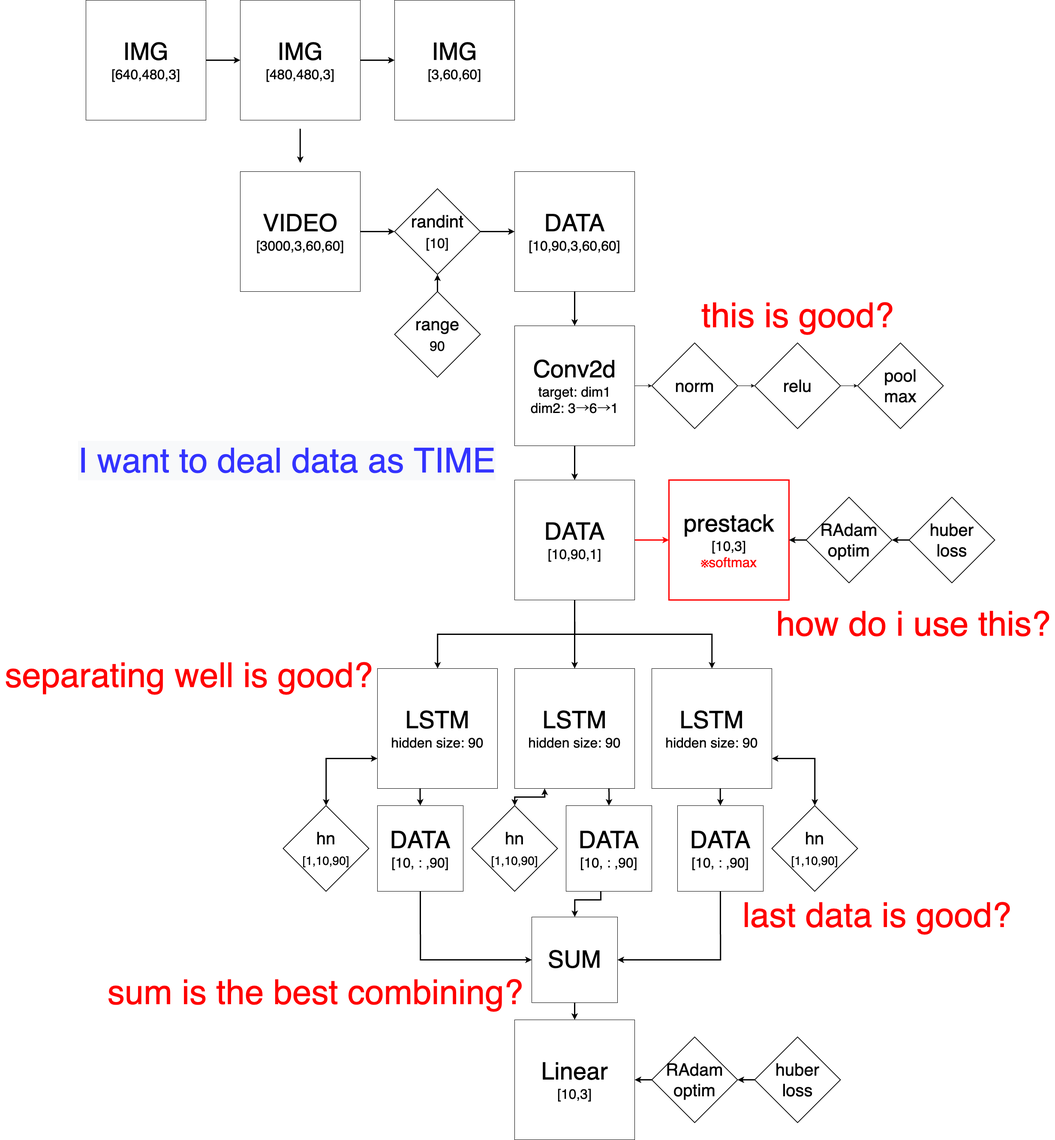
Before: flowchart.png, a diagram exported from draw.io (jasmine-jp/predict_dance). Source tidied: cells renumbered, new cells last; positions are measured from the earlier drawing's top-left corner, leaving out a move shared by most shapes.
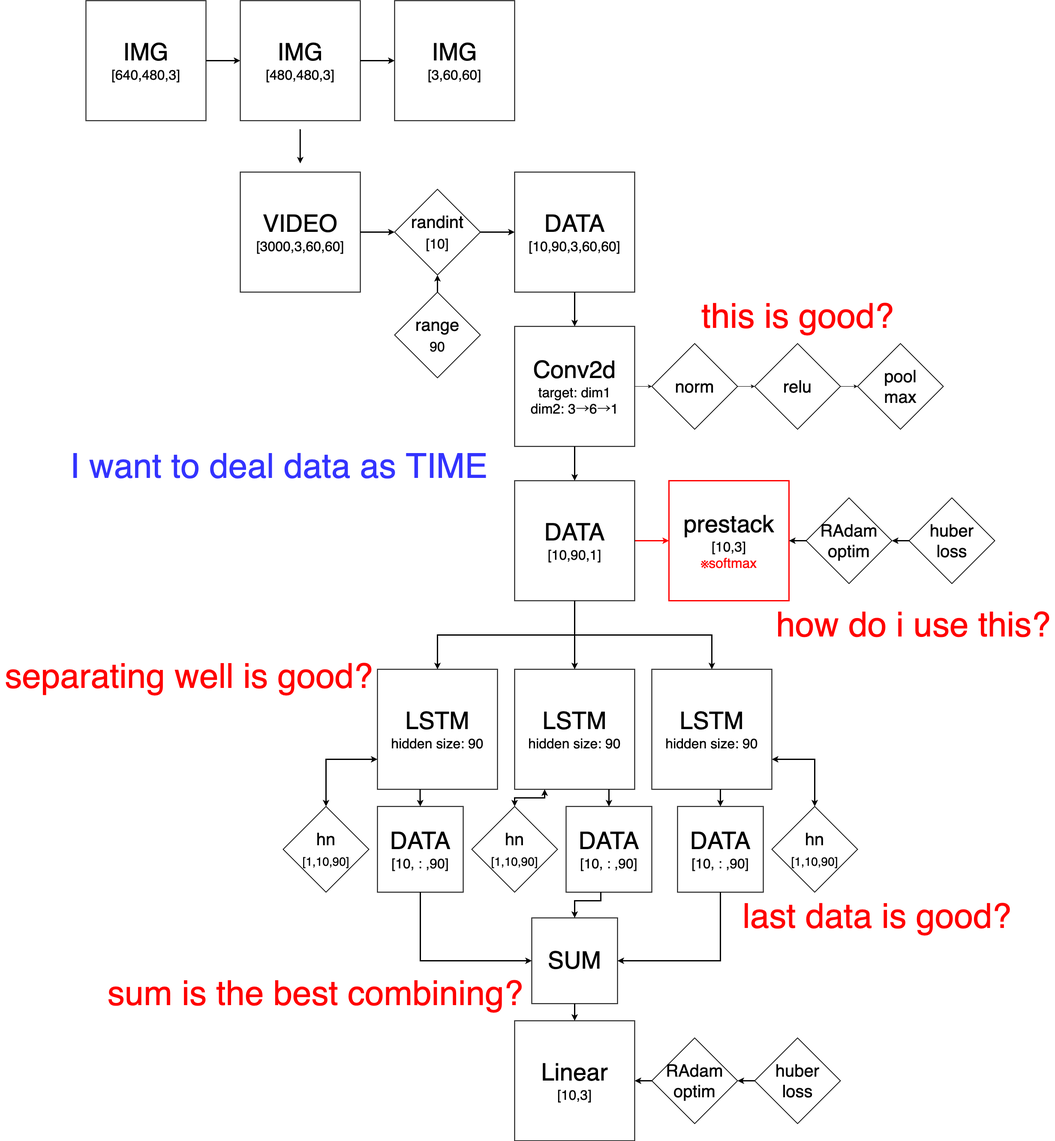
The same diagram one commit later.

Change to the diagram source:
```diff
@@ -5,22 +5,22 @@
     <mxCell id="2" style="edgeStyle=orthogonalEdgeStyle;rounded=0;jettySize=auto;html=1;fontSize=56;strokeWidth=3;" parent="1" edge="1" source="3" target="5">
       <mxGeometry relative="1" as="geometry" />
     </mxCell>
-    <mxCell id="3" value="&lt;font style=&quot;&quot;&gt;&lt;font style=&quot;font-size: 56px;&quot;&gt;IMG&lt;/font&gt;&lt;br&gt;&lt;span style=&quot;font-size: 32px;&quot;&gt;[640,480,3]&lt;/span&gt;&lt;/font&gt;" style="rounded=0;whiteSpace=wrap;html=1;" parent="1" vertex="1">
+    <mxCell id="3" value="&lt;font style=&quot;&quot;&gt;&lt;font style=&quot;font-size: 56px;&quot;&gt;IMG&lt;/font&gt;&lt;br&gt;&lt;span style=&quot;font-size: 32px;&quot;&gt;[640,480,3]&lt;/span&gt;&lt;/font&gt;" style="rounded=0;whiteSpace=wrap;html=1;strokeWidth=2;" parent="1" vertex="1">
       <mxGeometry x="200" width="280" height="280" as="geometry" />
     </mxCell>
     <mxCell id="4" style="edgeStyle=orthogonalEdgeStyle;rounded=0;jettySize=auto;html=1;fontSize=56;strokeWidth=3;" parent="1" edge="1" source="5" target="6">
       <mxGeometry relative="1" as="geometry" />
     </mxCell>
-    <mxCell id="5" value="&lt;font style=&quot;&quot;&gt;&lt;font style=&quot;font-size: 56px;&quot;&gt;IMG&lt;/font&gt;&lt;br&gt;&lt;span style=&quot;font-size: 32px;&quot;&gt;[480,480,3]&lt;/span&gt;&lt;/font&gt;" style="rounded=0;whiteSpace=wrap;html=1;" parent="1" vertex="1">
+    <mxCell id="5" value="&lt;font style=&quot;&quot;&gt;&lt;font style=&quot;font-size: 56px;&quot;&gt;IMG&lt;/font&gt;&lt;br&gt;&lt;span style=&quot;font-size: 32px;&quot;&gt;[480,480,3]&lt;/span&gt;&lt;/font&gt;" style="rounded=0;whiteSpace=wrap;html=1;strokeWidth=2;" parent="1" vertex="1">
       <mxGeometry x="560" width="280" height="280" as="geometry" />
     </mxCell>
-    <mxCell id="6" value="&lt;font style=&quot;&quot;&gt;&lt;font style=&quot;font-size: 56px;&quot;&gt;IMG&lt;/font&gt;&lt;br&gt;&lt;span style=&quot;font-size: 32px;&quot;&gt;[3,60,60]&lt;/span&gt;&lt;/font&gt;" style="rounded=0;whiteSpace=wrap;html=1;" parent="1" vertex="1">
+    <mxCell id="6" value="&lt;font style=&quot;&quot;&gt;&lt;font style=&quot;font-size: 56px;&quot;&gt;IMG&lt;/font&gt;&lt;br&gt;&lt;span style=&quot;font-size: 32px;&quot;&gt;[3,60,60]&lt;/span&gt;&lt;/font&gt;" style="rounded=0;whiteSpace=wrap;html=1;strokeWidth=2;" parent="1" vertex="1">
       <mxGeometry x="920" width="280" height="280" as="geometry" />
     </mxCell>
     <mxCell id="7" style="edgeStyle=orthogonalEdgeStyle;rounded=0;jettySize=auto;html=1;fontSize=40;strokeWidth=3;" parent="1" edge="1" source="8" target="11">
       <mxGeometry relative="1" as="geometry" />
     </mxCell>
-    <mxCell id="8" value="&lt;font style=&quot;&quot;&gt;&lt;font style=&quot;font-size: 56px;&quot;&gt;VIDEO&lt;/font&gt;&lt;br&gt;&lt;span style=&quot;font-size: 32px;&quot;&gt;[3000,3,60,60]&lt;/span&gt;&lt;/font&gt;" style="rounded=0;whiteSpace=wrap;html=1;" parent="1" vertex="1">
+    <mxCell id="8" value="&lt;font style=&quot;&quot;&gt;&lt;font style=&quot;font-size: 56px;&quot;&gt;VIDEO&lt;/font&gt;&lt;br&gt;&lt;span style=&quot;font-size: 32px;&quot;&gt;[3000,3,60,60]&lt;/span&gt;&lt;/font&gt;" style="rounded=0;whiteSpace=wrap;html=1;strokeWidth=2;" parent="1" vertex="1">
       <mxGeometry x="560" y="400" width="280" height="280" as="geometry" />
     </mxCell>
     <mxCell id="9" style="edgeStyle=orthogonalEdgeStyle;rounded=0;orthogonalLoop=1;jettySize=auto;html=1;fontSize=56;strokeWidth=3;" parent="1" edge="1">
@@ -44,7 +44,7 @@
     <mxCell id="14" style="edgeStyle=orthogonalEdgeStyle;rounded=0;jettySize=auto;html=1;fontSize=32;strokeWidth=3;" parent="1" edge="1" source="15" target="18">
       <mxGeometry relative="1" as="geometry" />
     </mxCell>
-    <mxCell id="15" value="&lt;font style=&quot;&quot;&gt;&lt;font style=&quot;font-size: 56px;&quot;&gt;DATA&lt;/font&gt;&lt;br&gt;&lt;span style=&quot;font-size: 32px;&quot;&gt;[10,90,3,60,60]&lt;/span&gt;&lt;/font&gt;" style="rounded=0;whiteSpace=wrap;html=1;" parent="1" vertex="1">
+    <mxCell id="15" value="&lt;font style=&quot;&quot;&gt;&lt;font style=&quot;font-size: 56px;&quot;&gt;DATA&lt;/font&gt;&lt;br&gt;&lt;span style=&quot;font-size: 32px;&quot;&gt;[10,90,3,60,60]&lt;/span&gt;&lt;/font&gt;" style="rounded=0;whiteSpace=wrap;html=1;strokeWidth=2;" parent="1" vertex="1">
       <mxGeometry x="1200" y="400" width="280" height="280" as="geometry" />
     </mxCell>
     <mxCell id="16" style="edgeStyle=orthogonalEdgeStyle;rounded=0;jettySize=auto;html=1;fontSize=32;strokeWidth=3;" parent="1" edge="1" source="18" target="23">
@@ -53,7 +53,7 @@
     <mxCell id="17" style="edgeStyle=orthogonalEdgeStyle;rounded=0;jettySize=auto;html=1;entryX=0;entryY=0.5;entryDx=0;entryDy=0;entryPerimeter=0;strokeColor=#000000;" parent="1" edge="1" source="18" target="62">
       <mxGeometry relative="1" as="geometry" />
     </mxCell>
-    <mxCell id="18" value="&lt;span style=&quot;font-size: 56px;&quot;&gt;Conv2d&lt;br&gt;&lt;/span&gt;&lt;font style=&quot;font-size: 32px;&quot;&gt;target: dim1&lt;br&gt;dim2: 3→6→1&lt;br&gt;&lt;/font&gt;" style="rounded=0;whiteSpace=wrap;html=1;" parent="1" vertex="1">
+    <mxCell id="18" value="&lt;span style=&quot;font-size: 56px;&quot;&gt;Conv2d&lt;br&gt;&lt;/span&gt;&lt;font style=&quot;font-size: 32px;&quot;&gt;target: dim1&lt;br&gt;dim2: 3→6→1&lt;br&gt;&lt;/font&gt;" style="rounded=0;whiteSpace=wrap;html=1;strokeWidth=2;" parent="1" vertex="1">
       <mxGeometry x="1200" y="760" width="280" height="280" as="geometry" />
     </mxCell>
     <mxCell id="19" style="edgeStyle=orthogonalEdgeStyle;rounded=0;jettySize=auto;html=1;fontSize=32;strokeWidth=3;" parent="1" edge="1" source="23" target="26">
@@ -68,7 +68,7 @@
     <mxCell id="22" style="edgeStyle=orthogonalEdgeStyle;rounded=0;jettySize=auto;html=1;entryX=0;entryY=0.5;entryDx=0;entryDy=0;fontSize=28;fontColor=#FF0000;strokeWidth=3;strokeColor=#FF0000;" parent="1" edge="1" source="23" target="49">
       <mxGeometry relative="1" as="geometry" />
     </mxCell>
-    <mxCell id="23" value="&lt;font style=&quot;&quot;&gt;&lt;font style=&quot;font-size: 56px;&quot;&gt;DATA&lt;/font&gt;&lt;br&gt;&lt;span style=&quot;font-size: 32px;&quot;&gt;[10,90,1]&lt;/span&gt;&lt;/font&gt;" style="rounded=0;whiteSpace=wrap;html=1;" parent="1" vertex="1">
+    <mxCell id="23" value="&lt;font style=&quot;&quot;&gt;&lt;font style=&quot;font-size: 56px;&quot;&gt;DATA&lt;/font&gt;&lt;br&gt;&lt;span style=&quot;font-size: 32px;&quot;&gt;[10,90,1]&lt;/span&gt;&lt;/font&gt;" style="rounded=0;whiteSpace=wrap;html=1;strokeWidth=2;" parent="1" vertex="1">
       <mxGeometry x="1200" y="1120" width="280" height="280" as="geometry" />
     </mxCell>
     <mxCell id="24" style="edgeStyle=orthogonalEdgeStyle;rounded=0;jettySize=auto;html=1;entryX=0.5;entryY=0;entryDx=0;entryDy=0;fontSize=28;strokeWidth=3;exitX=0.786;exitY=0.999;exitDx=0;exitDy=0;exitPerimeter=0;" parent="1" edge="1" source="26" target="28">
@@ -77,7 +77,7 @@
     <mxCell id="25" style="edgeStyle=orthogonalEdgeStyle;rounded=0;jettySize=auto;html=1;exitX=0.25;exitY=1;exitDx=0;exitDy=0;fontSize=28;strokeWidth=3;startArrow=classic;startFill=1;" parent="1" edge="1" source="26" target="44">
       <mxGeometry relative="1" as="geometry" />
     </mxCell>
-    <mxCell id="26" value="&lt;font style=&quot;&quot;&gt;&lt;span style=&quot;font-size: 56px;&quot;&gt;LSTM&lt;/span&gt;&lt;br&gt;&lt;span style=&quot;font-size: 32px;&quot;&gt;hidden size: 90&lt;/span&gt;&lt;/font&gt;" style="rounded=0;whiteSpace=wrap;html=1;" parent="1" vertex="1">
+    <mxCell id="26" value="&lt;font style=&quot;&quot;&gt;&lt;span style=&quot;font-size: 56px;&quot;&gt;LSTM&lt;/span&gt;&lt;br&gt;&lt;span style=&quot;font-size: 32px;&quot;&gt;hidden size: 90&lt;/span&gt;&lt;/font&gt;" style="rounded=0;whiteSpace=wrap;html=1;strokeWidth=2;" parent="1" vertex="1">
       <mxGeometry x="1200" y="1560" width="280" height="280" as="geometry" />
     </mxCell>
     <mxCell id="27" style="edgeStyle=orthogonalEdgeStyle;rounded=0;jettySize=auto;html=1;fontSize=28;strokeWidth=3;" parent="1" edge="1" source="28" target="42">
@@ -88,13 +88,13 @@
         </Array>
       </mxGeometry>
     </mxCell>
-    <mxCell id="28" value="&lt;font style=&quot;&quot;&gt;&lt;font style=&quot;font-size: 56px;&quot;&gt;DATA&lt;/font&gt;&lt;br&gt;&lt;span style=&quot;font-size: 32px;&quot;&gt;[10, : ,90]&lt;/span&gt;&lt;/font&gt;" style="rounded=0;whiteSpace=wrap;html=1;" parent="1" vertex="1">
+    <mxCell id="28" value="&lt;font style=&quot;&quot;&gt;&lt;font style=&quot;font-size: 56px;&quot;&gt;DATA&lt;/font&gt;&lt;br&gt;&lt;span style=&quot;font-size: 32px;&quot;&gt;[10, : ,90]&lt;/span&gt;&lt;/font&gt;" style="rounded=0;whiteSpace=wrap;html=1;strokeWidth=2;" parent="1" vertex="1">
       <mxGeometry x="1320" y="1880" width="200" height="200" as="geometry" />
     </mxCell>
     <mxCell id="29" value="hn&lt;br style=&quot;font-size: 12px;&quot;&gt;&lt;font style=&quot;font-size: 28px;&quot;&gt;[1,10,90]&lt;/font&gt;" style="strokeWidth=2;html=1;shape=mxgraph.flowchart.decision;whiteSpace=wrap;fontSize=40;" parent="1" vertex="1">
       <mxGeometry x="660" y="1880" width="200" height="200" as="geometry" />
     </mxCell>
-    <mxCell id="30" value="&lt;font style=&quot;&quot;&gt;&lt;font style=&quot;font-size: 56px;&quot;&gt;Linear&lt;br&gt;&lt;/font&gt;&lt;span style=&quot;font-size: 32px;&quot;&gt;[10,3]&lt;/span&gt;&lt;/font&gt;" style="rounded=0;whiteSpace=wrap;html=1;" parent="1" vertex="1">
+    <mxCell id="30" value="&lt;font style=&quot;&quot;&gt;&lt;font style=&quot;font-size: 56px;&quot;&gt;Linear&lt;br&gt;&lt;/font&gt;&lt;span style=&quot;font-size: 32px;&quot;&gt;[10,3]&lt;/span&gt;&lt;/font&gt;" style="rounded=0;whiteSpace=wrap;html=1;strokeWidth=2;" parent="1" vertex="1">
       <mxGeometry x="1200" y="2380" width="280" height="280" as="geometry" />
     </mxCell>
     <mxCell id="31" style="edgeStyle=orthogonalEdgeStyle;rounded=0;jettySize=auto;html=1;entryX=0.5;entryY=0;entryDx=0;entryDy=0;fontSize=28;strokeWidth=3;exitX=0.571;exitY=0.999;exitDx=0;exitDy=0;exitPerimeter=0;" parent="1" edge="1" source="33" target="35">
@@ -103,13 +103,13 @@
     <mxCell id="32" style="edgeStyle=orthogonalEdgeStyle;rounded=0;jettySize=auto;html=1;exitX=1;exitY=0.75;exitDx=0;exitDy=0;fontSize=28;strokeWidth=3;startArrow=classic;startFill=1;" parent="1" edge="1" source="33" target="43">
       <mxGeometry relative="1" as="geometry" />
     </mxCell>
-    <mxCell id="33" value="&lt;font style=&quot;&quot;&gt;&lt;span style=&quot;font-size: 56px;&quot;&gt;LSTM&lt;/span&gt;&lt;br&gt;&lt;span style=&quot;font-size: 32px;&quot;&gt;hidden size: 90&lt;/span&gt;&lt;/font&gt;" style="rounded=0;whiteSpace=wrap;html=1;" parent="1" vertex="1">
+    <mxCell id="33" value="&lt;font style=&quot;&quot;&gt;&lt;span style=&quot;font-size: 56px;&quot;&gt;LSTM&lt;/span&gt;&lt;br&gt;&lt;span style=&quot;font-size: 32px;&quot;&gt;hidden size: 90&lt;/span&gt;&lt;/font&gt;" style="rounded=0;whiteSpace=wrap;html=1;strokeWidth=2;" parent="1" vertex="1">
       <mxGeometry x="1520" y="1560" width="280" height="280" as="geometry" />
     </mxCell>
     <mxCell id="34" style="edgeStyle=orthogonalEdgeStyle;rounded=0;jettySize=auto;html=1;entryX=1;entryY=0.5;entryDx=0;entryDy=0;fontSize=28;strokeWidth=3;exitX=0.5;exitY=1;exitDx=0;exitDy=0;" parent="1" edge="1" source="35" target="42">
       <mxGeometry relative="1" as="geometry" />
     </mxCell>
-    <mxCell id="35" value="&lt;font style=&quot;&quot;&gt;&lt;font style=&quot;font-size: 56px;&quot;&gt;DATA&lt;/font&gt;&lt;br&gt;&lt;span style=&quot;font-size: 32px;&quot;&gt;[10, : ,90]&lt;/span&gt;&lt;/font&gt;" style="rounded=0;whiteSpace=wrap;html=1;" parent="1" vertex="1">
+    <mxCell id="35" value="&lt;font style=&quot;&quot;&gt;&lt;font style=&quot;font-size: 56px;&quot;&gt;DATA&lt;/font&gt;&lt;br&gt;&lt;span style=&quot;font-size: 32px;&quot;&gt;[10, : ,90]&lt;/span&gt;&lt;/font&gt;" style="rounded=0;whiteSpace=wrap;html=1;strokeWidth=2;" parent="1" vertex="1">
       <mxGeometry x="1580" y="1880" width="200" height="200" as="geometry" />
     </mxCell>
     <mxCell id="36" style="edgeStyle=orthogonalEdgeStyle;rounded=0;jettySize=auto;html=1;entryX=0.5;entryY=0;entryDx=0;entryDy=0;fontSize=28;strokeWidth=3;exitX=0.355;exitY=0.999;exitDx=0;exitDy=0;exitPerimeter=0;" parent="1" edge="1" source="38" target="40">
@@ -118,19 +118,19 @@
     <mxCell id="37" style="edgeStyle=orthogonalEdgeStyle;rounded=0;jettySize=auto;html=1;exitX=0;exitY=0.75;exitDx=0;exitDy=0;fontSize=28;strokeWidth=3;startArrow=classic;startFill=1;" parent="1" edge="1" source="38" target="29">
       <mxGeometry relative="1" as="geometry" />
     </mxCell>
-    <mxCell id="38" value="&lt;font style=&quot;&quot;&gt;&lt;span style=&quot;font-size: 56px;&quot;&gt;LSTM&lt;/span&gt;&lt;br&gt;&lt;span style=&quot;font-size: 32px;&quot;&gt;hidden size: 90&lt;/span&gt;&lt;/font&gt;" style="rounded=0;whiteSpace=wrap;html=1;" parent="1" vertex="1">
+    <mxCell id="38" value="&lt;font style=&quot;&quot;&gt;&lt;span style=&quot;font-size: 56px;&quot;&gt;LSTM&lt;/span&gt;&lt;br&gt;&lt;span style=&quot;font-size: 32px;&quot;&gt;hidden size: 90&lt;/span&gt;&lt;/font&gt;" style="rounded=0;whiteSpace=wrap;html=1;strokeWidth=2;" parent="1" vertex="1">
       <mxGeometry x="880" y="1560" width="280" height="280" as="geometry" />
     </mxCell>
     <mxCell id="39" style="edgeStyle=orthogonalEdgeStyle;rounded=0;jettySize=auto;html=1;entryX=0;entryY=0.5;entryDx=0;entryDy=0;fontSize=28;strokeWidth=3;exitX=0.5;exitY=1;exitDx=0;exitDy=0;" parent="1" edge="1" source="40" target="42">
       <mxGeometry relative="1" as="geometry" />
     </mxCell>
-    <mxCell id="40" value="&lt;font style=&quot;&quot;&gt;&lt;font style=&quot;font-size: 56px;&quot;&gt;DATA&lt;/font&gt;&lt;br&gt;&lt;span style=&quot;font-size: 32px;&quot;&gt;[10, : ,90]&lt;/span&gt;&lt;/font&gt;" style="rounded=0;whiteSpace=wrap;html=1;" parent="1" vertex="1">
+    <mxCell id="40" value="&lt;font style=&quot;&quot;&gt;&lt;font style=&quot;font-size: 56px;&quot;&gt;DATA&lt;/font&gt;&lt;br&gt;&lt;span style=&quot;font-size: 32px;&quot;&gt;[10, : ,90]&lt;/span&gt;&lt;/font&gt;" style="rounded=0;whiteSpace=wrap;html=1;strokeWidth=2;" parent="1" vertex="1">
       <mxGeometry x="880" y="1880" width="200" height="200" as="geometry" />
     </mxCell>
     <mxCell id="41" style="edgeStyle=orthogonalEdgeStyle;rounded=0;jettySize=auto;html=1;fontSize=28;strokeWidth=3;" parent="1" edge="1" source="42" target="30">
       <mxGeometry relative="1" as="geometry" />
     </mxCell>
-    <mxCell id="42" value="&lt;font style=&quot;&quot;&gt;&lt;font style=&quot;font-size: 56px;&quot;&gt;SUM&lt;/font&gt;&lt;br&gt;&lt;/font&gt;" style="rounded=0;whiteSpace=wrap;html=1;" parent="1" vertex="1">
+    <mxCell id="42" value="&lt;font style=&quot;&quot;&gt;&lt;font style=&quot;font-size: 56px;&quot;&gt;SUM&lt;/font&gt;&lt;br&gt;&lt;/font&gt;" style="rounded=0;whiteSpace=wrap;html=1;strokeWidth=2;" parent="1" vertex="1">
       <mxGeometry x="1240" y="2140" width="200" height="200" as="geometry" />
     </mxCell>
     <mxCell id="43" value="hn&lt;br style=&quot;font-size: 12px;&quot;&gt;&lt;font style=&quot;font-size: 28px;&quot;&gt;[1,10,90]&lt;/font&gt;" style="strokeWidth=2;html=1;shape=mxgraph.flowchart.decision;whiteSpace=wrap;fontSize=40;" parent="1" vertex="1">
@@ -180,9 +180,6 @@
     <mxCell id="57" value="&lt;div style=&quot;text-align: left;&quot;&gt;&lt;span style=&quot;font-size: 80px; background-color: initial;&quot;&gt;last data is good?&lt;/span&gt;&lt;/div&gt;" style="text;html=1;align=center;verticalAlign=middle;strokeColor=none;fillColor=none;fontSize=28;fontColor=#FF0000;" parent="1" vertex="1">
       <mxGeometry x="1720" y="2080" width="650" height="110" as="geometry" />
     </mxCell>
-    <mxCell id="58" value="&lt;span style=&quot;font-family: Helvetica; font-size: 80px; font-style: normal; font-variant-ligatures: normal; font-variant-caps: normal; font-weight: 400; letter-spacing: normal; orphans: 2; text-align: left; text-indent: 0px; text-transform: none; widows: 2; word-spacing: 0px; -webkit-text-stroke-width: 0px; background-color: rgb(248, 249, 250); text-decoration-thickness: initial; text-decoration-style: initial; text-decoration-color: initial; float: none; display: inline !important;&quot;&gt;&lt;font color=&quot;#3333ff&quot;&gt;I want to deal data as TIME&lt;/font&gt;&lt;/span&gt;" style="text;whiteSpace=wrap;html=1;fontSize=80;fontColor=#FF0000;" parent="1" vertex="1">
-      <mxGeometry x="180" y="1020" width="990" height="130" as="geometry" />
-    </mxCell>
     <mxCell id="59" style="edgeStyle=orthogonalEdgeStyle;rounded=0;jettySize=auto;html=1;exitX=1;exitY=0.5;exitDx=0;exitDy=0;exitPerimeter=0;strokeColor=#000000;" parent="1" edge="1" source="60" target="63">
       <mxGeometry relative="1" as="geometry" />
     </mxCell>
@@ -201,5 +198,8 @@
     <mxCell id="64" value="&lt;font style=&quot;font-size: 80px;&quot;&gt;this is good?&lt;/font&gt;" style="text;html=1;align=center;verticalAlign=middle;strokeColor=none;fillColor=none;fontSize=28;fontColor=#FF0000;" parent="1" vertex="1">
       <mxGeometry x="1625" y="680" width="470" height="110" as="geometry" />
     </mxCell>
+    <mxCell id="58" value="&lt;div style=&quot;text-align: left;&quot;&gt;&lt;span style=&quot;font-size: 80px; background-color: initial;&quot;&gt;&lt;font color=&quot;#3333ff&quot;&gt;I want to deal data as TIME&lt;/font&gt;&lt;/span&gt;&lt;/div&gt;" style="text;html=1;align=center;verticalAlign=middle;strokeColor=none;fillColor=none;fontSize=28;fontColor=#FF0000;" parent="1" vertex="1">
+      <mxGeometry x="150" y="1030" width="1000" height="110" as="geometry" />
+    </mxCell>
   </root>
 </mxGraphModel>
```
